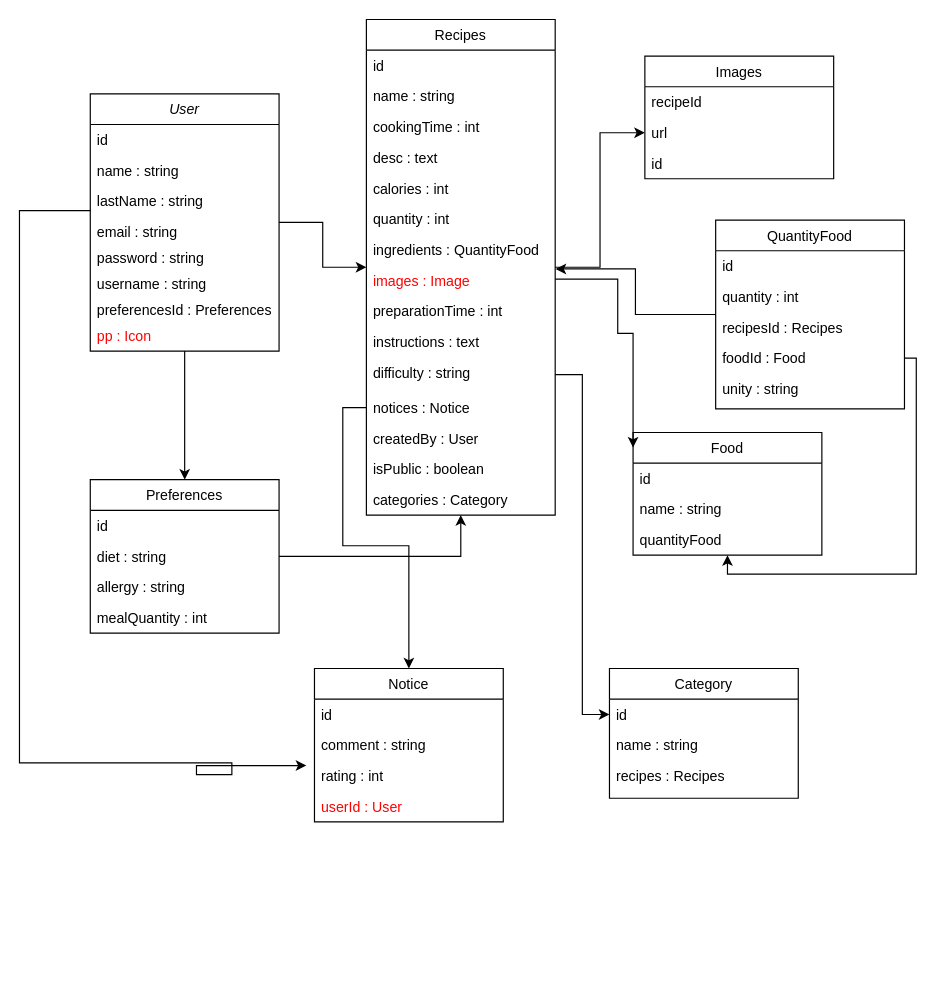
Before: Cookify.drawio in inesbrm69/Cookify, a draw.io diagram. Source tidied: cells renumbered, new cells numbered last; positions are measured from the earlier drawing's top-left corner, leaving out a move shared by most shapes. Both pictures are drawn from the tidied source at 118%, with x=0, y=0 at pixel (19, 19).
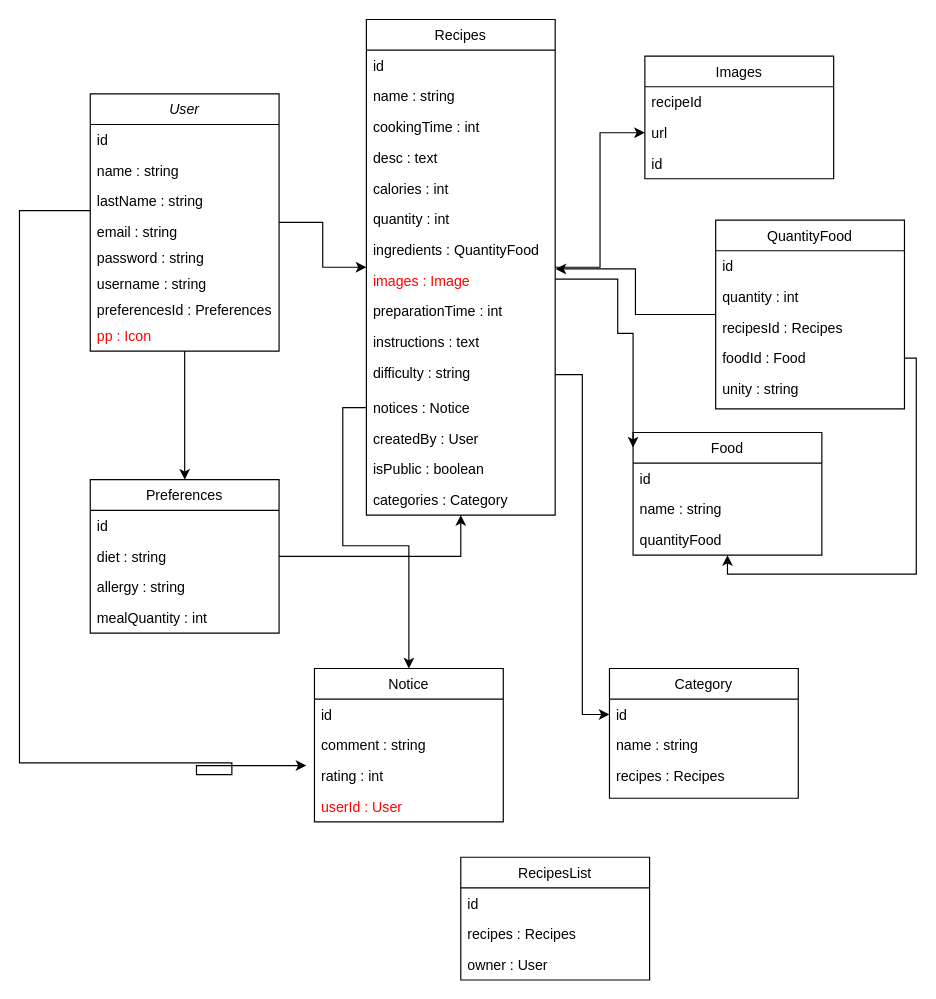
The same diagram, later.

Commit message:
Mettre à jour Cookify.drawio

What changed in the source:
```diff
@@
+    <mxCell id="65" value="RecipesList" style="swimlane;fontStyle=0;align=center;verticalAlign=top;horizontal=1;startSize=26;rounded=0;shadow=0;strokeWidth=1;" parent="1" vertex="1">
+      <mxGeometry x="374" y="710" width="160" height="104" as="geometry" />
+    </mxCell>
+    <mxCell id="66" value="id" style="text;align=left;verticalAlign=top;spacingLeft=4;spacingRight=4;overflow=hidden;rounded=0;shadow=0;html=0;" parent="65" vertex="1">
+      <mxGeometry y="26" width="160" height="26" as="geometry" />
+    </mxCell>
+    <mxCell id="67" value="recipes : Recipes" style="text;align=left;verticalAlign=top;spacingLeft=4;spacingRight=4;overflow=hidden;" parent="65" vertex="1">
+      <mxGeometry y="52" width="160" height="26" as="geometry" />
+    </mxCell>
+    <mxCell id="68" value="owner : User" style="text;align=left;verticalAlign=top;spacingLeft=4;spacingRight=4;overflow=hidden;rounded=0;shadow=0;html=0;" parent="65" vertex="1">
+      <mxGeometry y="78" width="160" height="26" as="geometry" />
+    </mxCell>
```
